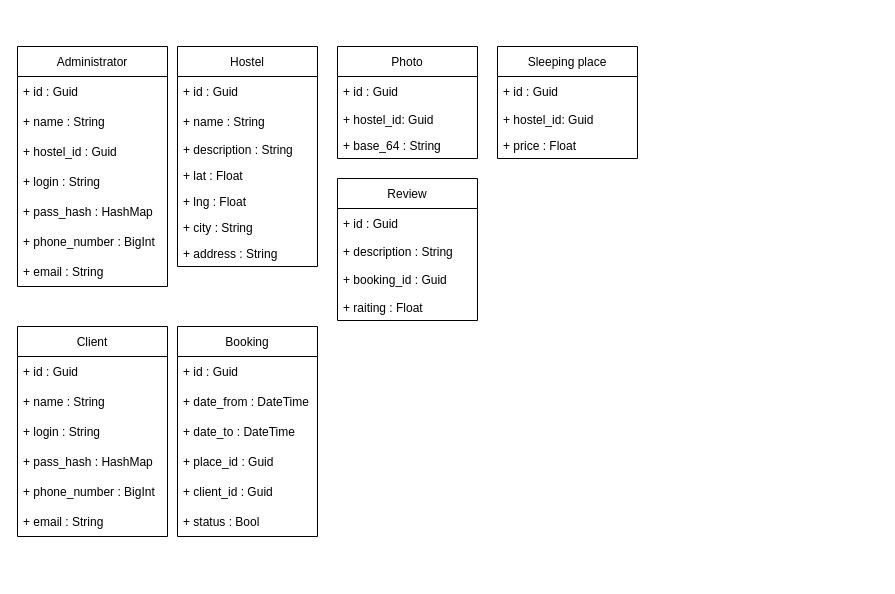
This is uml-class.drawio from ilkuzmenko/uml-diagrams, a draw.io file, before an edit. Source tidied: cells renumbered, new cells numbered last; positions are measured from the earlier drawing's top-left corner, leaving out a move shared by most shapes. Both pictures are drawn from the tidied source at 100%, with x=0, y=0 at pixel (17, 46).
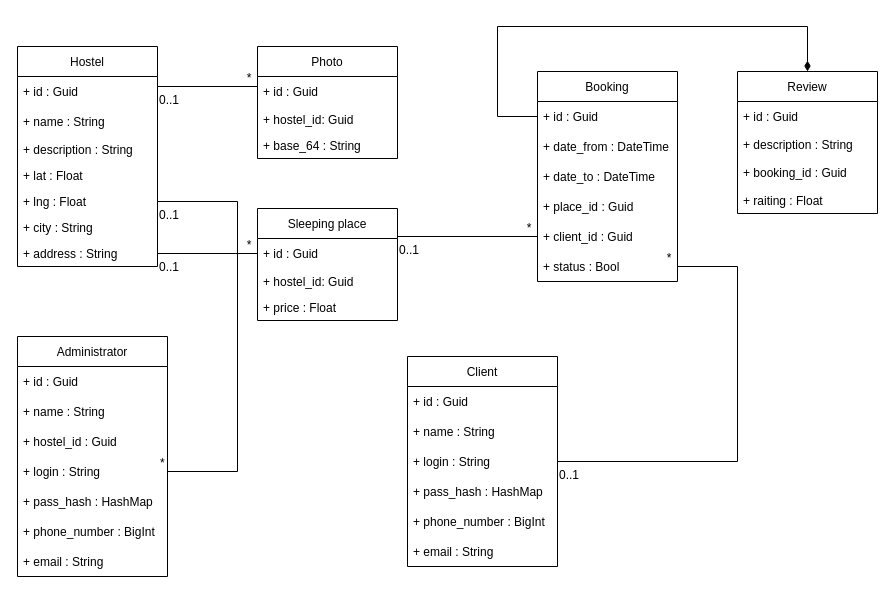
The same diagram, later.

Unchanged cells that the change refers to:
```xml
<mxCell id="6" value="+ login : String" style="text;strokeColor=none;fillColor=none;align=left;verticalAlign=middle;spacingLeft=4;spacingRight=4;overflow=hidden;points=[[0,0.5],[1,0.5]];portConstraint=eastwest;" parent="2" vertex="1">
  <mxGeometry y="120" width="150" height="30" as="geometry" />
</mxCell>
<mxCell id="15" value="+ lng : Float" style="text;align=left;verticalAlign=top;spacingLeft=4;spacingRight=4;overflow=hidden;points=[[0,0.5],[1,0.5]];portConstraint=eastwest;rounded=0;shadow=0;html=0;" parent="10" vertex="1">
  <mxGeometry y="142" width="140" height="26" as="geometry" />
</mxCell>
<mxCell id="17" value="+ address : String" style="text;align=left;verticalAlign=top;spacingLeft=4;spacingRight=4;overflow=hidden;points=[[0,0.5],[1,0.5]];portConstraint=eastwest;rounded=0;shadow=0;html=0;" parent="10" vertex="1">
  <mxGeometry y="194" width="140" height="26" as="geometry" />
</mxCell>
<mxCell id="23" value="+ id : Guid" style="text;strokeColor=none;fillColor=none;align=left;verticalAlign=middle;spacingLeft=4;spacingRight=4;overflow=hidden;points=[[0,0.5],[1,0.5]];portConstraint=eastwest;" parent="22" vertex="1">
  <mxGeometry y="30" width="140" height="30" as="geometry" />
</mxCell>
<mxCell id="34" value="+ login : String" style="text;strokeColor=none;fillColor=none;align=left;verticalAlign=middle;spacingLeft=4;spacingRight=4;overflow=hidden;points=[[0,0.5],[1,0.5]];portConstraint=eastwest;" parent="31" vertex="1">
  <mxGeometry y="90" width="150" height="30" as="geometry" />
</mxCell>
<mxCell id="39" value="+ id : Guid" style="text;strokeColor=none;fillColor=none;align=left;verticalAlign=middle;spacingLeft=4;spacingRight=4;overflow=hidden;points=[[0,0.5],[1,0.5]];portConstraint=eastwest;" parent="38" vertex="1">
  <mxGeometry y="30" width="140" height="30" as="geometry" />
</mxCell>
<mxCell id="43" value="+ client_id : Guid" style="text;strokeColor=none;fillColor=none;align=left;verticalAlign=middle;spacingLeft=4;spacingRight=4;overflow=hidden;points=[[0,0.5],[1,0.5]];portConstraint=eastwest;" parent="38" vertex="1">
  <mxGeometry y="150" width="140" height="30" as="geometry" />
</mxCell>
<mxCell id="44" value="+ status : Bool" style="text;strokeColor=none;fillColor=none;align=left;verticalAlign=middle;spacingLeft=4;spacingRight=4;overflow=hidden;points=[[0,0.5],[1,0.5]];portConstraint=eastwest;" parent="38" vertex="1">
  <mxGeometry y="180" width="140" height="30" as="geometry" />
</mxCell>
```

Change to the diagram source:
```diff
@@
     <mxCell id="2" value="Administrator" style="swimlane;fontStyle=0;horizontal=1;startSize=30;" parent="1" vertex="1">
-      <mxGeometry width="150" height="240" as="geometry" />
+      <mxGeometry y="290" width="150" height="240" as="geometry" />
     </mxCell>
@@
     <mxCell id="10" value="Hostel" style="swimlane;fontStyle=0;horizontal=1;startSize=30;" parent="1" vertex="1">
-      <mxGeometry x="160" width="140" height="220" as="geometry" />
+      <mxGeometry width="140" height="220" as="geometry" />
     </mxCell>
@@
     <mxCell id="18" value="Photo" style="swimlane;fontStyle=0;horizontal=1;startSize=30;" parent="1" vertex="1">
-      <mxGeometry x="320" width="140" height="112" as="geometry" />
+      <mxGeometry x="240" width="140" height="112" as="geometry" />
     </mxCell>
@@
     <mxCell id="22" value="Sleeping place" style="swimlane;fontStyle=0;horizontal=1;startSize=30;" parent="1" vertex="1">
-      <mxGeometry x="480" width="140" height="112" as="geometry" />
+      <mxGeometry x="240" y="162" width="140" height="112" as="geometry" />
     </mxCell>
@@
     <mxCell id="26" value="Review" style="swimlane;fontStyle=0;horizontal=1;startSize=30;" parent="1" vertex="1">
-      <mxGeometry x="320" y="132" width="140" height="142" as="geometry" />
+      <mxGeometry x="720" y="25" width="140" height="142" as="geometry" />
     </mxCell>
@@
     <mxCell id="31" value="Client" style="swimlane;fontStyle=0;horizontal=1;startSize=30;" parent="1" vertex="1">
-      <mxGeometry y="280" width="150" height="210" as="geometry" />
+      <mxGeometry x="390" y="310" width="150" height="210" as="geometry" />
     </mxCell>
@@
     <mxCell id="38" value="Booking" style="swimlane;fontStyle=0;horizontal=1;startSize=30;" parent="1" vertex="1">
-      <mxGeometry x="160" y="280" width="140" height="210" as="geometry" />
+      <mxGeometry x="520" y="25" width="140" height="210" as="geometry" />
     </mxCell>
@@
+    <mxCell id="45" style="endArrow=none;html=1;rounded=0;align=center;verticalAlign=top;endFill=0;labelBackgroundColor=none;" parent="1" edge="1">
+      <mxGeometry relative="1" as="geometry">
+        <mxPoint x="140" y="40" as="sourcePoint" />
+        <mxPoint x="240" y="40" as="targetPoint" />
+      </mxGeometry>
+    </mxCell>
+    <mxCell id="46" value="0..1" style="html=1;align=left;verticalAlign=top;labelBackgroundColor=none;" parent="45" vertex="1">
+      <mxGeometry x="-1" relative="1" as="geometry" />
+    </mxCell>
+    <mxCell id="47" value="&amp;nbsp; &amp;nbsp; &amp;nbsp;*&amp;nbsp;&amp;nbsp;" style="html=1;align=right;verticalAlign=bottom;labelBackgroundColor=none;" parent="45" vertex="1">
+      <mxGeometry x="1" relative="1" as="geometry">
+        <mxPoint x="1" as="offset" />
+      </mxGeometry>
+    </mxCell>
+    <mxCell id="48" style="endArrow=none;html=1;rounded=0;align=center;verticalAlign=top;endFill=0;labelBackgroundColor=none;exitX=1;exitY=0.5;exitDx=0;exitDy=0;entryX=0;entryY=0.5;entryDx=0;entryDy=0;" parent="1" edge="1" source="17" target="23">
+      <mxGeometry relative="1" as="geometry" />
+    </mxCell>
+    <mxCell id="49" value="0..1" style="html=1;align=left;verticalAlign=top;labelBackgroundColor=none;" parent="48" vertex="1">
+      <mxGeometry x="-1" relative="1" as="geometry" />
+    </mxCell>
+    <mxCell id="50" value="&amp;nbsp; &amp;nbsp; &amp;nbsp;*&amp;nbsp;&amp;nbsp;" style="html=1;align=right;verticalAlign=bottom;labelBackgroundColor=none;" parent="48" vertex="1">
+      <mxGeometry x="1" relative="1" as="geometry">
+        <mxPoint x="1" as="offset" />
+      </mxGeometry>
+    </mxCell>
+    <mxCell id="51" style="endArrow=none;html=1;rounded=0;align=center;verticalAlign=top;endFill=0;labelBackgroundColor=none;exitX=1;exitY=0.5;exitDx=0;exitDy=0;entryX=1;entryY=0.5;entryDx=0;entryDy=0;" parent="1" edge="1" source="15" target="6">
+      <mxGeometry relative="1" as="geometry">
+        <Array as="points">
+          <mxPoint x="220" y="155" />
+          <mxPoint x="220" y="425" />
+        </Array>
+      </mxGeometry>
+    </mxCell>
+    <mxCell id="52" value="0..1" style="html=1;align=left;verticalAlign=top;labelBackgroundColor=none;" parent="51" vertex="1">
+      <mxGeometry x="-1" relative="1" as="geometry" />
+    </mxCell>
+    <mxCell id="53" value="*&amp;nbsp;" style="html=1;align=right;verticalAlign=bottom;labelBackgroundColor=none;" parent="51" vertex="1">
+      <mxGeometry x="1" relative="1" as="geometry">
+        <mxPoint x="1" as="offset" />
+      </mxGeometry>
+    </mxCell>
+    <mxCell id="54" style="endArrow=none;html=1;rounded=0;align=center;verticalAlign=top;endFill=0;labelBackgroundColor=none;exitX=1;exitY=0.25;exitDx=0;exitDy=0;entryX=0;entryY=0.5;entryDx=0;entryDy=0;" parent="1" edge="1" source="22" target="43">
+      <mxGeometry relative="1" as="geometry" />
+    </mxCell>
+    <mxCell id="55" value="0..1" style="html=1;align=left;verticalAlign=top;labelBackgroundColor=none;" parent="54" vertex="1">
+      <mxGeometry x="-1" relative="1" as="geometry" />
+    </mxCell>
+    <mxCell id="56" value="&amp;nbsp; &amp;nbsp; &amp;nbsp;*&amp;nbsp;&amp;nbsp;" style="html=1;align=right;verticalAlign=bottom;labelBackgroundColor=none;" parent="54" vertex="1">
+      <mxGeometry x="1" relative="1" as="geometry">
+        <mxPoint x="1" as="offset" />
+      </mxGeometry>
+    </mxCell>
+    <mxCell id="57" style="endArrow=none;html=1;rounded=0;align=center;verticalAlign=top;endFill=0;labelBackgroundColor=none;exitX=1;exitY=0.5;exitDx=0;exitDy=0;entryX=1;entryY=0.5;entryDx=0;entryDy=0;" parent="1" edge="1" source="34" target="44">
+      <mxGeometry relative="1" as="geometry">
+        <Array as="points">
+          <mxPoint x="720" y="415" />
+          <mxPoint x="720" y="220" />
+        </Array>
+      </mxGeometry>
+    </mxCell>
+    <mxCell id="58" value="0..1" style="html=1;align=left;verticalAlign=top;labelBackgroundColor=none;" parent="57" vertex="1">
+      <mxGeometry x="-1" relative="1" as="geometry" />
+    </mxCell>
+    <mxCell id="59" value="&amp;nbsp; &amp;nbsp; &amp;nbsp;*&amp;nbsp;&amp;nbsp;" style="html=1;align=right;verticalAlign=bottom;labelBackgroundColor=none;" parent="57" vertex="1">
+      <mxGeometry x="1" relative="1" as="geometry">
+        <mxPoint x="1" as="offset" />
+      </mxGeometry>
+    </mxCell>
+    <mxCell id="60" style="endArrow=none;startArrow=diamondThin;endFill=0;startFill=1;html=1;verticalAlign=bottom;labelBackgroundColor=none;strokeWidth=1;startSize=8;endSize=8;rounded=0;exitX=0.5;exitY=0;exitDx=0;exitDy=0;entryX=0;entryY=0.5;entryDx=0;entryDy=0;" parent="1" edge="1" source="26" target="39">
+      <mxGeometry relative="1" as="geometry">
+        <Array as="points">
+          <mxPoint x="790" y="-20" />
+          <mxPoint x="480" y="-20" />
+          <mxPoint x="480" y="70" />
+        </Array>
+      </mxGeometry>
+    </mxCell>
```
